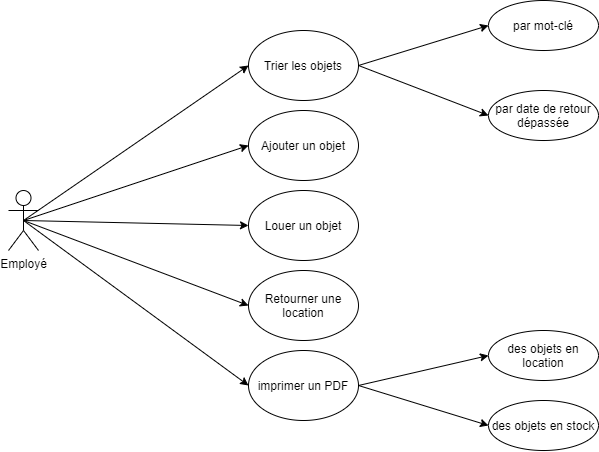
The draw.io diagram fichiersModifiables/Diagrammes/LocationMat-UseCases.png in AhVen98/gestionStocks_preTPI, before a commit. Source tidied: cells renumbered, new cells last; positions are measured from the earlier drawing's top-left corner, leaving out a move shared by most shapes.
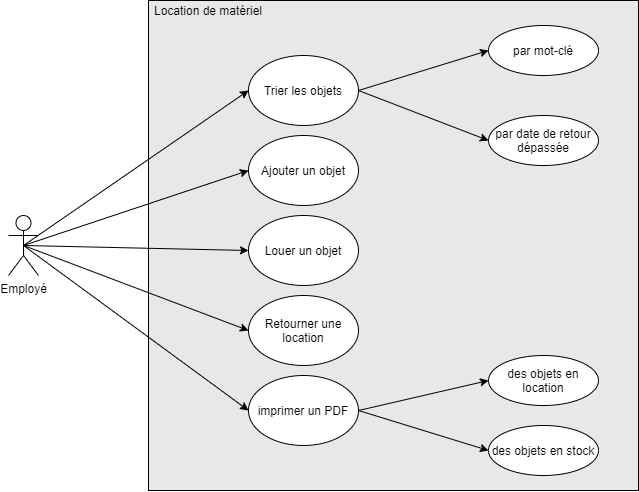
Later version of the same file.

Commit message:
correctif des use cases

Diff of the diagram source:
```diff
@@ -2,6 +2,9 @@
   <root>
     <mxCell id="0" />
     <mxCell id="1" parent="0" />
+    <mxCell id="21" style="whiteSpace=wrap;html=1;fillColor=#E8E8E8;" parent="1" vertex="1">
+      <mxGeometry x="140" y="-25" width="490" height="490" as="geometry" />
+    </mxCell>
     <mxCell id="2" style="edgeStyle=none;rounded=0;jettySize=auto;html=1;exitX=0.5;exitY=0.5;exitDx=0;exitDy=0;exitPerimeter=0;entryX=0;entryY=0.5;entryDx=0;entryDy=0;" parent="1" edge="1" source="7" target="8">
       <mxGeometry relative="1" as="geometry" />
     </mxCell>
@@ -59,5 +62,8 @@
     <mxCell id="20" value="des objets en stock" style="ellipse;whiteSpace=wrap;html=1;" parent="1" vertex="1">
       <mxGeometry x="480" y="400" width="110" height="50" as="geometry" />
     </mxCell>
+    <mxCell id="22" value="Location de matériel" style="text;html=1;strokeColor=none;fillColor=none;align=center;verticalAlign=middle;whiteSpace=wrap;rounded=0;" parent="1" vertex="1">
+      <mxGeometry x="140" y="-25" width="120" height="20" as="geometry" />
+    </mxCell>
   </root>
 </mxGraphModel>
```
